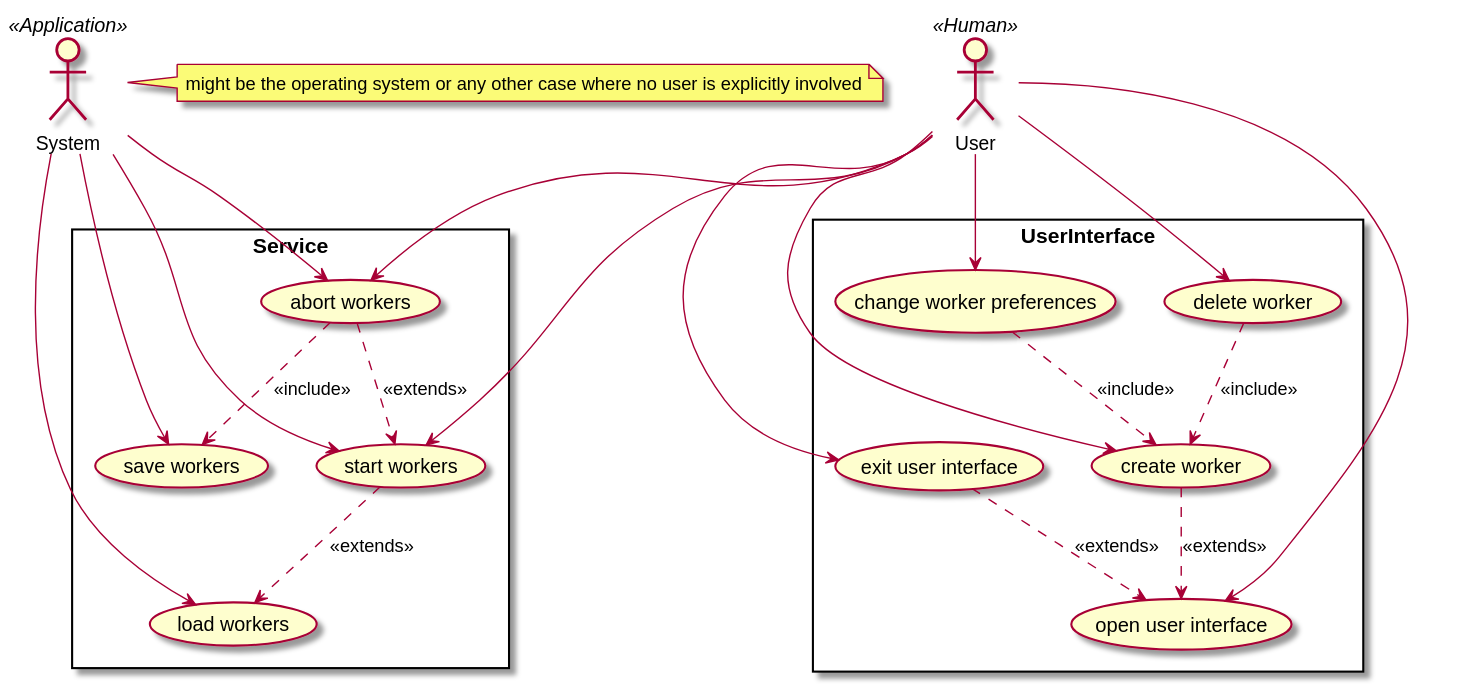
This is Diagramme/Anwendungsfall/TinyTasks.svg from Louis9902/Sosse19-SE, a PlantUML export, as it was before one commit. Its diagram source:
```plantuml
@startuml TinyTasks


actor user as "User" <<Human>>
actor system as "System" <<Application>>

note right of system : might be the operating system or any other case where no user is explicitly involved

rectangle UserInterface {
    usecase openUserInterface  as "
        open user interface
    "
    usecase exitUserInterface  as "
        exit user interface
    "
    usecase create as "
        create worker
    "
    usecase delete as "
        delete worker
    "
    usecase change as "
        change worker preferences
    "

    exitUserInterface ..> openUserInterface : "<<extends>>"
    create ..> openUserInterface : "<<extends>>"
    delete ..> create : "<<include>>"
    change ..> create : "<<include>>"
}

rectangle Service {
    usecase load as "
        load workers
    "
    usecase start as "
        start workers
    "
    usecase save as "
        save workers
    "
    usecase abort as "
        abort workers
    "

    start ..> load : "<<extends>>"
    abort ..> start : "<<extends>>"
    abort ..> save : "<<include>>"
}

system --> load
system --> start
system --> save
system --> abort

user --> start
user --> abort

user --> openUserInterface
user --> exitUserInterface
user --> create
user --> delete
user --> change

@enduml
```
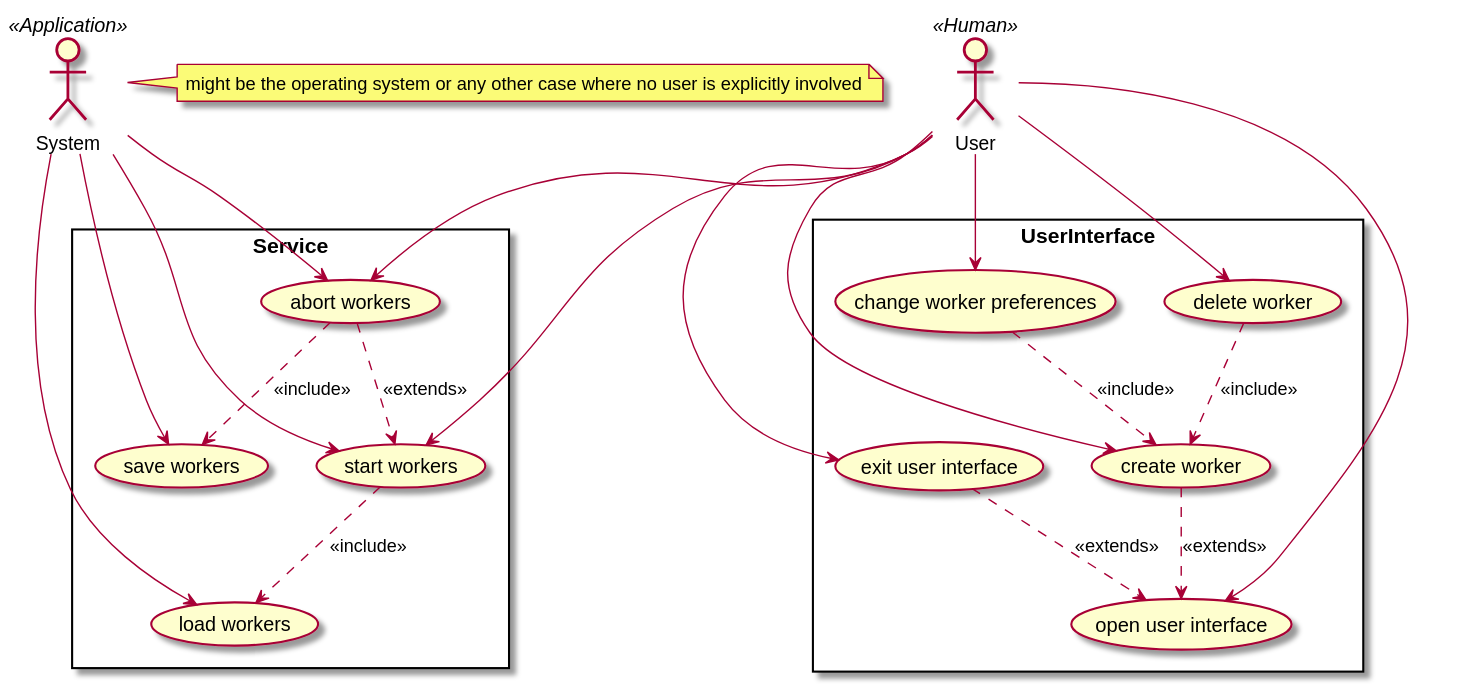
The same diagram one commit later.

Diff of the diagram source:
```diff
@@ -43,8 +43,8 @@
         abort workers
     "
 
-    start ..> load : "<<extends>>"
     abort ..> start : "<<extends>>"
+    start ..> load : "<<include>>"
     abort ..> save : "<<include>>"
 }
 
```
